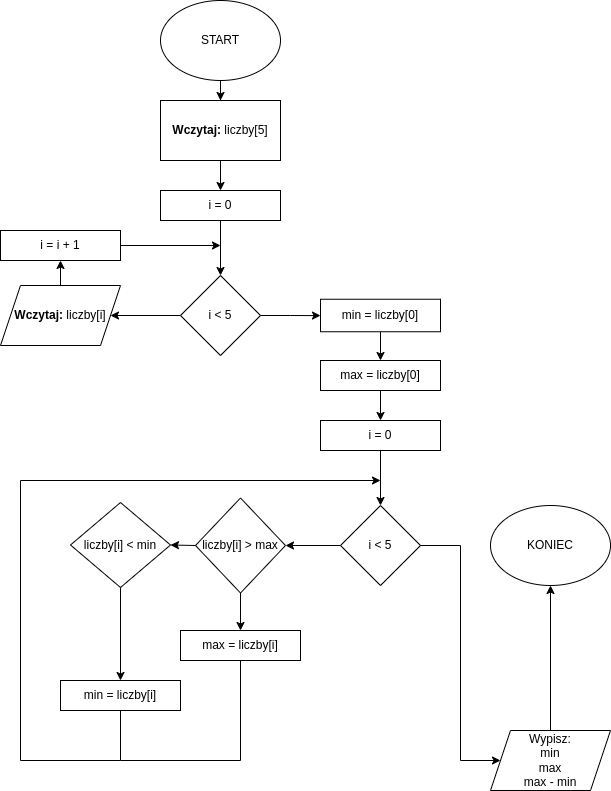
The draw.io diagram 04.drawio.png in UmarlyPoeta/podstawy_inf_sprawozdania, before a commit. Source tidied: cells renumbered, new cells last; positions are measured from the earlier drawing's top-left corner, leaving out a move shared by most shapes.
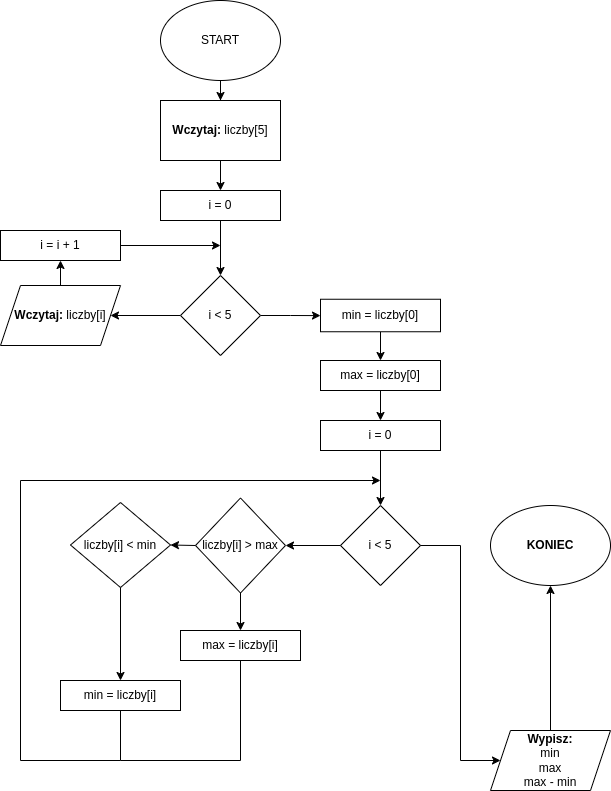
After the change.

Change to the diagram source:
```diff
@@ -94,10 +94,10 @@
     <mxCell id="31" style="edgeStyle=orthogonalEdgeStyle;rounded=0;jettySize=auto;html=1;entryX=0.5;entryY=1;entryDx=0;entryDy=0;" parent="1" edge="1" source="32" target="33">
       <mxGeometry relative="1" as="geometry" />
     </mxCell>
-    <mxCell id="32" value="Wypisz:&lt;br&gt;min&lt;div&gt;max&lt;/div&gt;&lt;div&gt;max - min&lt;/div&gt;" style="shape=parallelogram;perimeter=parallelogramPerimeter;whiteSpace=wrap;html=1;fixedSize=1;" parent="1" vertex="1">
+    <mxCell id="32" value="&lt;b&gt;Wypisz:&lt;/b&gt;&lt;br&gt;min&lt;div&gt;max&lt;/div&gt;&lt;div&gt;max - min&lt;/div&gt;" style="shape=parallelogram;perimeter=parallelogramPerimeter;whiteSpace=wrap;html=1;fixedSize=1;" parent="1" vertex="1">
       <mxGeometry x="490" y="730" width="120" height="60" as="geometry" />
     </mxCell>
-    <mxCell id="33" value="KONIEC" style="ellipse;whiteSpace=wrap;html=1;" parent="1" vertex="1">
+    <mxCell id="33" value="&lt;b&gt;KONIEC&lt;/b&gt;" style="ellipse;whiteSpace=wrap;html=1;" parent="1" vertex="1">
       <mxGeometry x="490" y="505" width="120" height="80" as="geometry" />
     </mxCell>
     <mxCell id="34" style="endArrow=none;html=1;rounded=0;entryX=1;entryY=0.5;entryDx=0;entryDy=0;" parent="1" edge="1" target="22">
```
